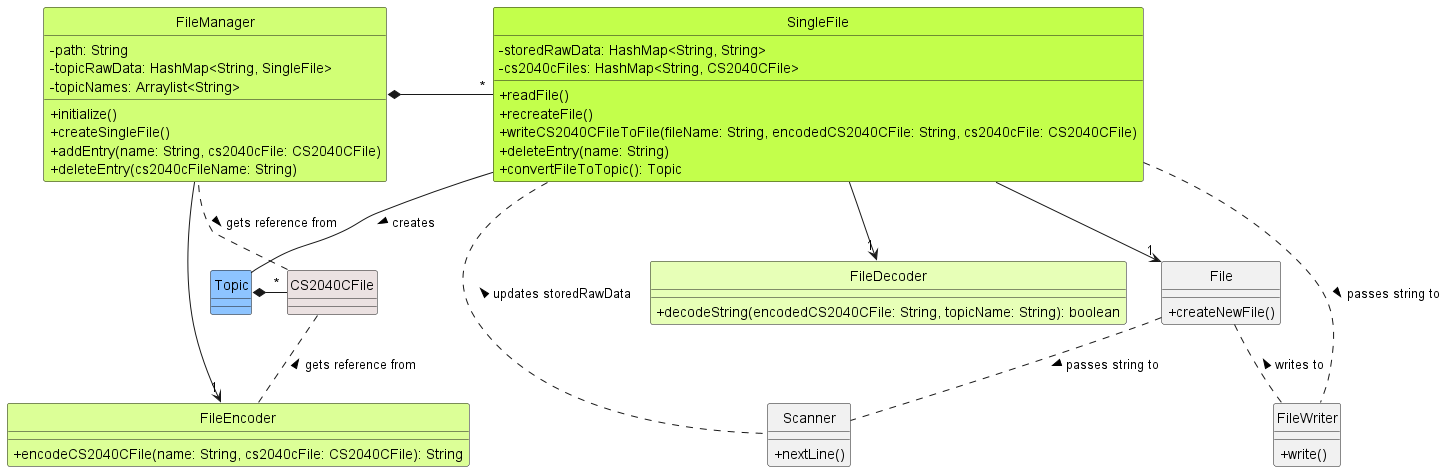
This is docs/class-diagrams/diagrams/FileManagerClass.png from ong-ck/tp, a PlantUML export, as it was before one commit.
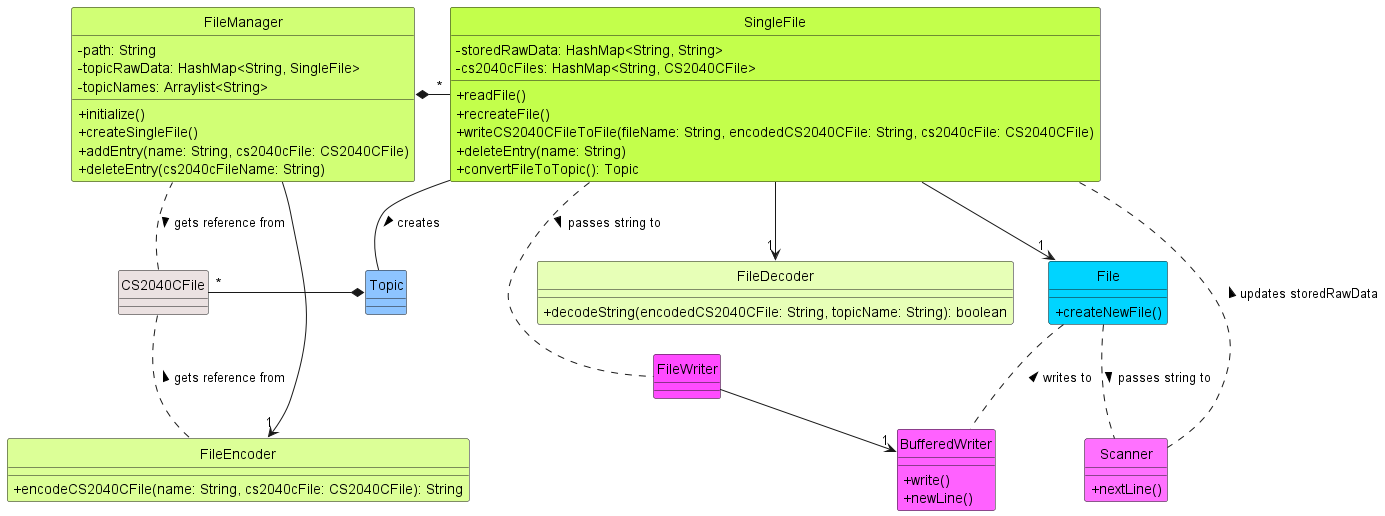
After the commit.

Diff of the diagram source:
```diff
@@ -30,7 +30,7 @@
 +encodeCS2040CFile(name: String, cs2040cFile: CS2040CFile): String
 }
 
-class File {
+class File File_STYLE {
 +createNewFile()
 }
 
@@ -40,12 +40,16 @@
 class CS2040CFile CS2040CFile_STYLE {
 }
 
-class Scanner {
+class Scanner Scanner_STYLE {
 +nextLine()
 }
 
-class FileWriter {
+class FileWriter FileWriter_STYLE {
+}
+
+class BufferedWriter BufferedWriter_STYLE {
 +write()
++newLine()
 }
 
 FileManager --> "1" FileEncoder
@@ -54,7 +58,8 @@
 SingleFile --> "1" File
 SingleFile -- Topic : creates >
 SingleFile .. FileWriter : passes string to >
-File .. FileWriter : writes to <
+FileWriter -> "1" BufferedWriter
+File .. BufferedWriter : writes to <
 SingleFile .. Scanner : updates storedRawData <
 File .. Scanner : passes string to >
 CS2040CFile .. FileManager : gets reference from <
```
